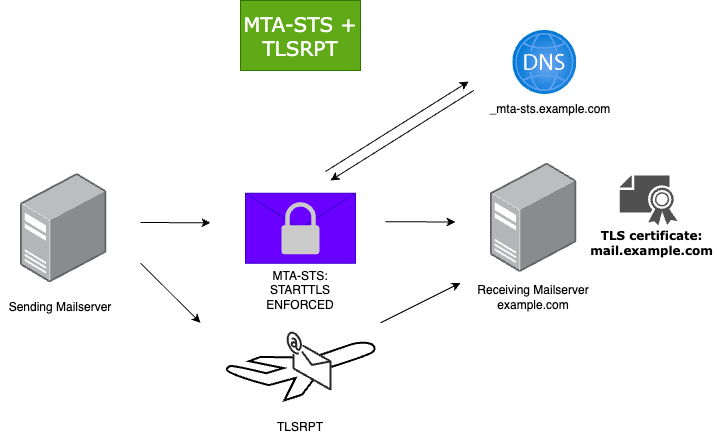
Above: docs/images/mta-sts-explained/mta-sts-tlsrpt-visual.png in vand3rlinden/vand3rlinden.github.io (draw.io), before the change. Source tidied: cells renumbered, new cells last; positions are measured from the earlier drawing's top-left corner, leaving out a move shared by most shapes. Its diagram source:
```xml
<mxGraphModel>
  <root>
    <mxCell id="0" />
    <mxCell id="1" parent="0" />
    <mxCell id="2" value="MTA-STS + TLSRPT&lt;span style=&quot;color: rgba(0, 0, 0, 0); font-family: monospace; font-size: 0px; text-align: start; text-wrap-mode: nowrap;&quot;&gt;%3CmxGraphModel%3E%3Croot%3E%3CmxCell%20id%3D%220%22%2F%3E%3CmxCell%20id%3D%221%22%20parent%3D%220%22%2F%3E%3CmxCell%20id%3D%222%22%20value%3D%22%22%20style%3D%22image%3Bpoints%3D%5B%5D%3Baspect%3Dfixed%3Bhtml%3D1%3Balign%3Dcenter%3Bshadow%3D0%3Bdashed%3D0%3Bimage%3Dimg%2Flib%2Fallied_telesis%2Fcomputer_and_terminals%2FServer_Desktop.svg%3B%22%20vertex%3D%221%22%20parent%3D%221%22%3E%3CmxGeometry%20x%3D%22120%22%20y%3D%2290.61%22%20width%3D%2286.3%22%20height%3D%22109.39%22%20as%3D%22geometry%22%2F%3E%3C%2FmxCell%3E%3C%2Froot%3E%3C%2FmxGraphModel%3E&lt;/span&gt;" style="text;html=1;align=center;verticalAlign=middle;whiteSpace=wrap;rounded=0;fillColor=#60a917;strokeColor=#2D7600;fontColor=#ffffff;fontFamily=Verdana;fontSize=20;" parent="1" vertex="1">
      <mxGeometry x="240" width="120" height="70" as="geometry" />
    </mxCell>
    <mxCell id="3" style="image;html=1;align=center;shadow=0;dashed=0;image=img/lib/allied_telesis/computer_and_terminals/Server_Desktop.svg;" parent="1" vertex="1">
      <mxGeometry x="20" y="173" width="86.3" height="109.4" as="geometry" />
    </mxCell>
    <mxCell id="4" style="image;html=1;align=center;shadow=0;dashed=0;image=img/lib/allied_telesis/computer_and_terminals/Server_Desktop.svg;" parent="1" vertex="1">
      <mxGeometry x="490" y="162.6" width="86.3" height="109.4" as="geometry" />
    </mxCell>
    <mxCell id="5" style="shape=message;html=1;html=1;labelPosition=center;verticalLabelPosition=bottom;align=center;verticalAlign=top;fillColor=#6a00ff;fontColor=#ffffff;strokeColor=#3700CC;" parent="1" vertex="1">
      <mxGeometry x="245" y="192.7" width="110" height="70" as="geometry" />
    </mxCell>
    <mxCell id="6" style="sketch=0;shadow=0;dashed=0;html=1;strokeColor=none;labelPosition=center;verticalLabelPosition=bottom;verticalAlign=top;align=center;shape=mxgraph.office.security.lock_protected;fillColor=#CCCBCB;" parent="1" vertex="1">
      <mxGeometry x="281" y="201.7" width="38" height="52" as="geometry" />
    </mxCell>
    <mxCell id="7" style="verticalLabelPosition=bottom;html=1;verticalAlign=top;strokeWidth=2;shape=mxgraph.lean_mapping.airplane_7;" parent="1" vertex="1">
      <mxGeometry x="225" y="342" width="150" height="58" as="geometry" />
    </mxCell>
    <mxCell id="8" style="verticalLabelPosition=bottom;html=1;verticalAlign=top;strokeWidth=1;align=center;dashed=0;shape=mxgraph.aws3d.email;strokeColor=#292929;" parent="1" vertex="1">
      <mxGeometry x="287" y="332" width="43" height="57" as="geometry" />
    </mxCell>
    <mxCell id="9" value="MTA-STS:&lt;br&gt;STARTTLS ENFORCED" style="text;html=1;align=center;verticalAlign=middle;whiteSpace=wrap;rounded=0;" parent="1" vertex="1">
      <mxGeometry x="270" y="275" width="60" height="30" as="geometry" />
    </mxCell>
    <mxCell id="10" style="endArrow=classic;html=1;rounded=0;" parent="1" edge="1">
      <mxGeometry relative="1" as="geometry">
        <mxPoint x="140" y="222" as="sourcePoint" />
        <mxPoint x="210" y="222.3" as="targetPoint" />
      </mxGeometry>
    </mxCell>
    <mxCell id="11" value="TLSRPT" style="text;html=1;align=center;verticalAlign=middle;whiteSpace=wrap;rounded=0;" parent="1" vertex="1">
      <mxGeometry x="270" y="412" width="60" height="30" as="geometry" />
    </mxCell>
    <mxCell id="12" style="endArrow=classic;html=1;rounded=0;" parent="1" edge="1">
      <mxGeometry relative="1" as="geometry">
        <mxPoint x="140" y="262.7" as="sourcePoint" />
        <mxPoint x="200" y="322.3" as="targetPoint" />
      </mxGeometry>
    </mxCell>
    <mxCell id="13" style="endArrow=classic;html=1;rounded=0;" parent="1" edge="1">
      <mxGeometry relative="1" as="geometry">
        <mxPoint x="380" y="322.4" as="sourcePoint" />
        <mxPoint x="460" y="282.4" as="targetPoint" />
      </mxGeometry>
    </mxCell>
    <mxCell id="14" value="Sending Mailserver" style="text;html=1;align=center;verticalAlign=middle;whiteSpace=wrap;rounded=0;" parent="1" vertex="1">
      <mxGeometry y="292" width="120" height="30" as="geometry" />
    </mxCell>
    <mxCell id="15" value="Receiving Mailserver&lt;br&gt;example.com" style="text;html=1;align=center;verticalAlign=middle;whiteSpace=wrap;rounded=0;" parent="1" vertex="1">
      <mxGeometry x="473.1" y="282.4" width="120" height="30" as="geometry" />
    </mxCell>
    <mxCell id="16" style="image;html=1;align=center;fontSize=12;image=img/lib/azure2/networking/DNS_Zones.svg;" parent="1" vertex="1">
      <mxGeometry x="512.3" y="30" width="64" height="64" as="geometry" />
    </mxCell>
    <mxCell id="17" value="_mta-sts.example.com" style="text;html=1;align=center;verticalAlign=middle;whiteSpace=wrap;rounded=0;" parent="1" vertex="1">
      <mxGeometry x="480" y="94" width="140" height="30" as="geometry" />
    </mxCell>
    <mxCell id="18" style="endArrow=classic;html=1;rounded=0;" parent="1" edge="1">
      <mxGeometry relative="1" as="geometry">
        <mxPoint x="473.1" y="90" as="sourcePoint" />
        <mxPoint x="330" y="180" as="targetPoint" />
      </mxGeometry>
    </mxCell>
    <mxCell id="19" style="endArrow=classic;html=1;rounded=0;" parent="1" edge="1">
      <mxGeometry relative="1" as="geometry">
        <mxPoint x="385" y="221.2" as="sourcePoint" />
        <mxPoint x="455" y="221.5" as="targetPoint" />
      </mxGeometry>
    </mxCell>
    <mxCell id="20" style="endArrow=classic;html=1;rounded=0;" parent="1" edge="1">
      <mxGeometry relative="1" as="geometry">
        <mxPoint x="325" y="171" as="sourcePoint" />
        <mxPoint x="468.1" y="81" as="targetPoint" />
      </mxGeometry>
    </mxCell>
    <mxCell id="21" style="sketch=0;shadow=0;dashed=0;html=1;strokeColor=none;fillColor=#505050;labelPosition=center;verticalLabelPosition=bottom;verticalAlign=top;align=center;shape=mxgraph.office.security.certificate;" parent="1" vertex="1">
      <mxGeometry x="619.3" y="175" width="58" height="50" as="geometry" />
    </mxCell>
    <mxCell id="22" value="TLS certificate:&lt;br&gt;mail.example.com" style="text;html=1;align=center;verticalAlign=middle;strokeColor=none;fillColor=none;fontStyle=1;fontFamily=Verdana;" parent="1" vertex="1">
      <mxGeometry x="586.3" y="222.7" width="130" height="40" as="geometry" />
    </mxCell>
  </root>
</mxGraphModel>
```
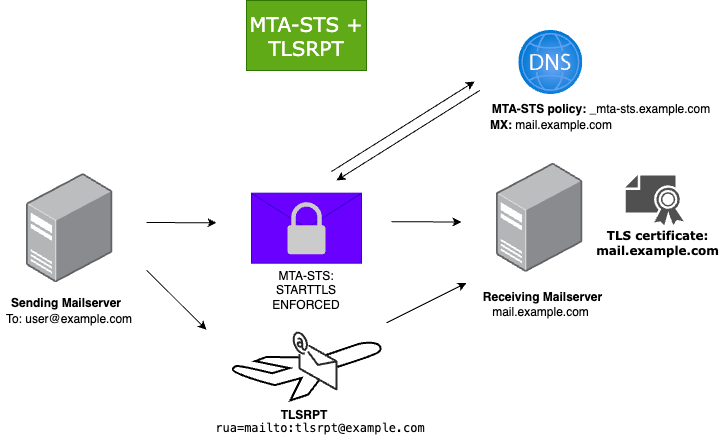
Above is the later version.

Diff of the diagram source:
```diff
@@ -32,13 +32,13 @@
         <mxPoint x="210" y="222.3" as="targetPoint" />
       </mxGeometry>
     </mxCell>
-    <mxCell id="11" value="TLSRPT" style="text;html=1;align=center;verticalAlign=middle;whiteSpace=wrap;rounded=0;" parent="1" vertex="1">
-      <mxGeometry x="270" y="412" width="60" height="30" as="geometry" />
+    <mxCell id="11" value="TLSRPT" style="text;html=1;align=center;verticalAlign=middle;whiteSpace=wrap;rounded=0;fontStyle=1;" parent="1" vertex="1">
+      <mxGeometry x="268" y="400" width="60" height="30" as="geometry" />
     </mxCell>
     <mxCell id="12" style="endArrow=classic;html=1;rounded=0;" parent="1" edge="1">
       <mxGeometry relative="1" as="geometry">
-        <mxPoint x="140" y="262.7" as="sourcePoint" />
-        <mxPoint x="200" y="322.3" as="targetPoint" />
+        <mxPoint x="140" y="269.7" as="sourcePoint" />
+        <mxPoint x="200" y="329.3" as="targetPoint" />
       </mxGeometry>
     </mxCell>
     <mxCell id="13" style="endArrow=classic;html=1;rounded=0;" parent="1" edge="1">
@@ -47,17 +47,17 @@
         <mxPoint x="460" y="282.4" as="targetPoint" />
       </mxGeometry>
     </mxCell>
-    <mxCell id="14" value="Sending Mailserver" style="text;html=1;align=center;verticalAlign=middle;whiteSpace=wrap;rounded=0;" parent="1" vertex="1">
-      <mxGeometry y="292" width="120" height="30" as="geometry" />
+    <mxCell id="14" value="Sending Mailserver" style="text;html=1;align=center;verticalAlign=middle;whiteSpace=wrap;rounded=0;fontStyle=1;" parent="1" vertex="1">
+      <mxGeometry y="288" width="120" height="30" as="geometry" />
     </mxCell>
-    <mxCell id="15" value="Receiving Mailserver&lt;br&gt;example.com" style="text;html=1;align=center;verticalAlign=middle;whiteSpace=wrap;rounded=0;" parent="1" vertex="1">
-      <mxGeometry x="473.1" y="282.4" width="120" height="30" as="geometry" />
+    <mxCell id="15" value="Receiving Mailserver" style="text;html=1;align=center;verticalAlign=middle;whiteSpace=wrap;rounded=0;fontStyle=1;" parent="1" vertex="1">
+      <mxGeometry x="473.1" y="282.4" width="126.8" height="30" as="geometry" />
     </mxCell>
     <mxCell id="16" style="image;html=1;align=center;fontSize=12;image=img/lib/azure2/networking/DNS_Zones.svg;" parent="1" vertex="1">
       <mxGeometry x="512.3" y="30" width="64" height="64" as="geometry" />
     </mxCell>
-    <mxCell id="17" value="_mta-sts.example.com" style="text;html=1;align=center;verticalAlign=middle;whiteSpace=wrap;rounded=0;" parent="1" vertex="1">
-      <mxGeometry x="480" y="94" width="140" height="30" as="geometry" />
+    <mxCell id="17" value="&lt;b&gt;MTA-STS policy:&lt;/b&gt; _mta-sts.example.com" style="text;html=1;align=center;verticalAlign=middle;whiteSpace=wrap;rounded=0;" parent="1" vertex="1">
+      <mxGeometry x="480" y="94" width="230" height="30" as="geometry" />
     </mxCell>
     <mxCell id="18" style="endArrow=classic;html=1;rounded=0;" parent="1" edge="1">
       <mxGeometry relative="1" as="geometry">
@@ -83,5 +83,17 @@
     <mxCell id="22" value="TLS certificate:&lt;br&gt;mail.example.com" style="text;html=1;align=center;verticalAlign=middle;strokeColor=none;fillColor=none;fontStyle=1;fontFamily=Verdana;" parent="1" vertex="1">
       <mxGeometry x="586.3" y="222.7" width="130" height="40" as="geometry" />
     </mxCell>
+    <mxCell id="23" value="To: user@example.com" style="text;html=1;align=center;verticalAlign=middle;whiteSpace=wrap;rounded=0;" parent="1" vertex="1">
+      <mxGeometry x="-6.9" y="304.4" width="140" height="30" as="geometry" />
+    </mxCell>
+    <mxCell id="24" value="&lt;span style=&quot;text-wrap-mode: wrap;&quot;&gt;mail.example.com&lt;/span&gt;" style="text;html=1;align=center;verticalAlign=middle;strokeColor=none;fillColor=none;" parent="1" vertex="1">
+      <mxGeometry x="474.1" y="297" width="120" height="30" as="geometry" />
+    </mxCell>
+    <mxCell id="25" value="&lt;b&gt;MX:&lt;/b&gt; mail.example.com" style="text;html=1;align=center;verticalAlign=middle;whiteSpace=wrap;rounded=0;" parent="1" vertex="1">
+      <mxGeometry x="480" y="110" width="130" height="30" as="geometry" />
+    </mxCell>
+    <mxCell id="26" value="&lt;code&gt;rua=mailto:tlsrpt@example.com&lt;/code&gt;" style="text;html=1;align=center;verticalAlign=middle;whiteSpace=wrap;rounded=0;" parent="1" vertex="1">
+      <mxGeometry x="284" y="413" width="60" height="30" as="geometry" />
+    </mxCell>
   </root>
 </mxGraphModel>
```
